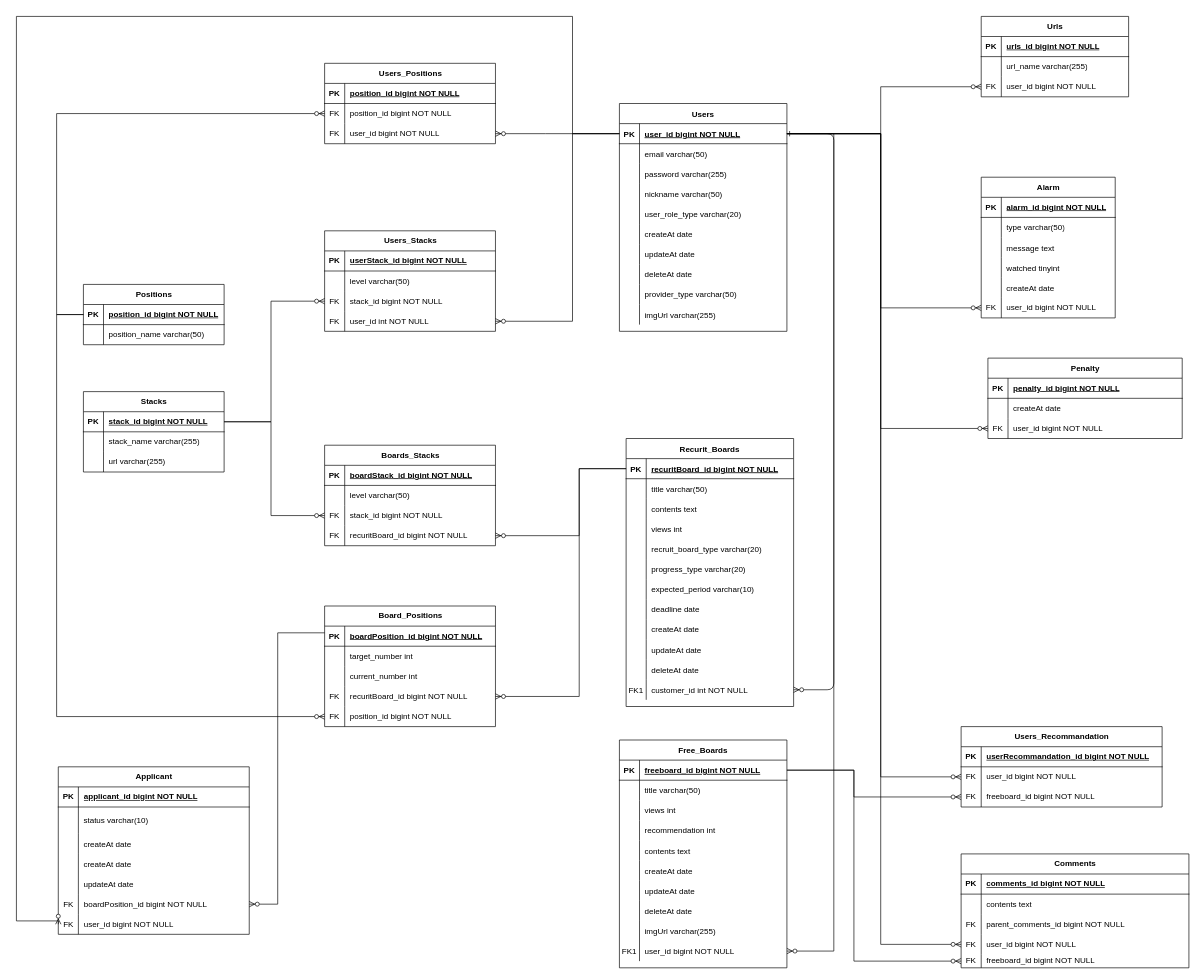
Earlier version of the draw.io diagram server/ERD.drawio (Side-Effect-Team/side-effect-backend). Source tidied: cells renumbered, new cells numbered last; positions are measured from the earlier drawing's top-left corner, leaving out a move shared by most shapes. Both pictures are drawn from the tidied source at 67%, with x=0, y=0 at pixel (3, 16).
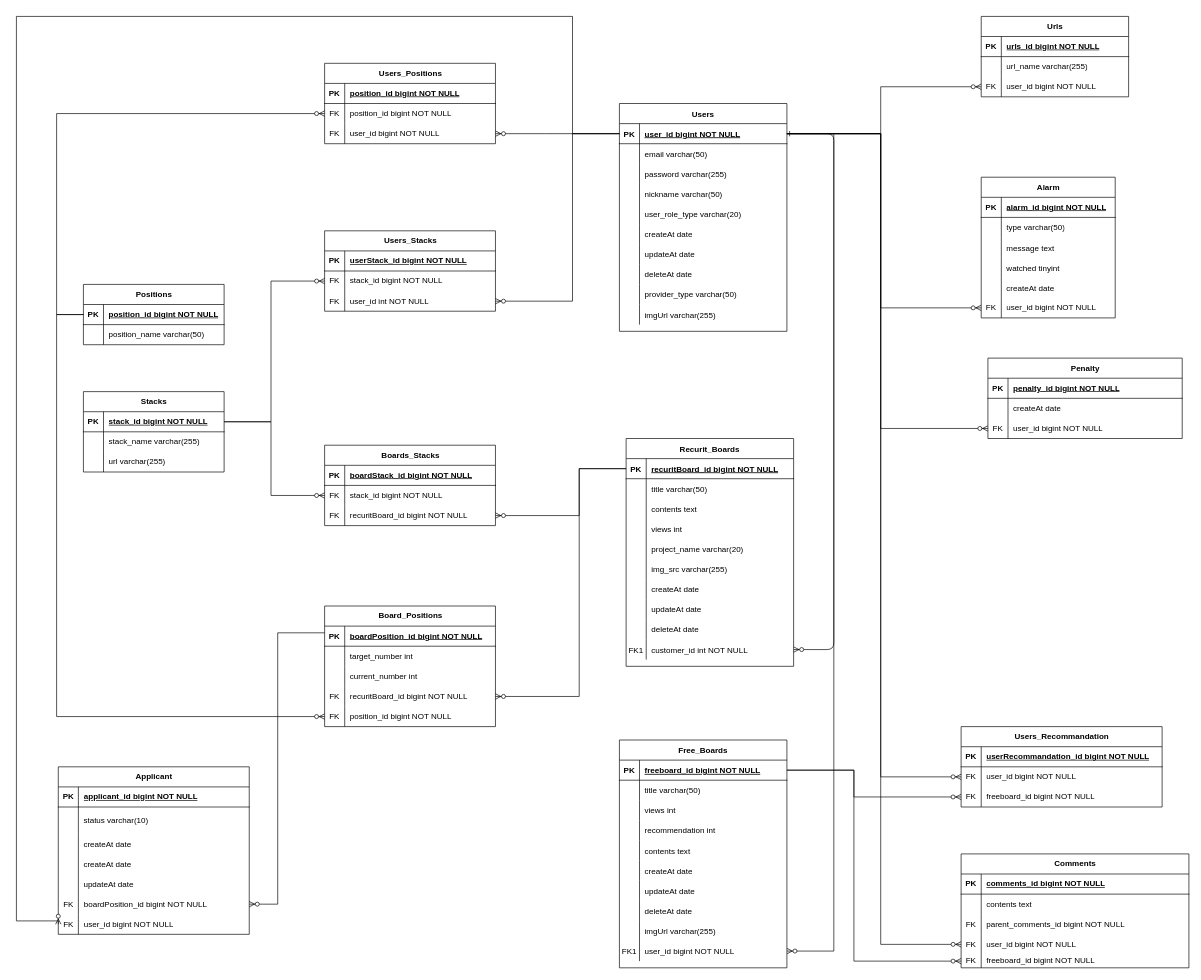
The same page after the edit.

What changed in the source:
```diff
@@
     <mxCell id="3" value="Recurit_Boards" style="shape=table;startSize=30;childLayout=tableLayout;rowLines=0;fontStyle=1;align=center;" parent="1" vertex="1">
-      <mxGeometry x="930" y="630" width="250" height="400" as="geometry" />
+      <mxGeometry x="930" y="630" width="250" height="340" as="geometry" />
     </mxCell>
@@
-    <mxCell id="16" style="shape=tableRow;horizontal=0;startSize=0;swimlaneHead=0;swimlaneBody=0;fillColor=none;top=0;left=0;right=0;bottom=0;" parent="3" vertex="1">
-      <mxGeometry y="150" width="250" height="30" as="geometry" />
-    </mxCell>
-    <mxCell id="17" style="shape=partialRectangle;fillColor=none;top=0;left=0;bottom=0;right=0;overflow=hidden;" parent="16" vertex="1">
-      <mxGeometry width="30" height="30" as="geometry" />
-    </mxCell>
-    <mxCell id="18" value="recruit_board_type varchar(20)" style="shape=partialRectangle;fillColor=none;top=0;left=0;bottom=0;right=0;align=left;spacingLeft=6;overflow=hidden;" parent="16" vertex="1">
-      <mxGeometry x="30" width="220" height="30" as="geometry" />
-    </mxCell>
-    <mxCell id="19" style="shape=tableRow;horizontal=0;startSize=0;swimlaneHead=0;swimlaneBody=0;fillColor=none;top=0;left=0;right=0;bottom=0;" parent="3" vertex="1">
-      <mxGeometry y="180" width="250" height="30" as="geometry" />
-    </mxCell>
-    <mxCell id="20" style="shape=partialRectangle;fillColor=none;top=0;left=0;bottom=0;right=0;overflow=hidden;" parent="19" vertex="1">
-      <mxGeometry width="30" height="30" as="geometry" />
-    </mxCell>
-    <mxCell id="21" value="progress_type varchar(20)" style="shape=partialRectangle;fillColor=none;top=0;left=0;bottom=0;right=0;align=left;spacingLeft=6;overflow=hidden;" parent="19" vertex="1">
-      <mxGeometry x="30" width="220" height="30" as="geometry" />
-    </mxCell>
     <mxCell id="22" style="shape=tableRow;horizontal=0;startSize=0;swimlaneHead=0;swimlaneBody=0;fillColor=none;top=0;left=0;right=0;bottom=0;" parent="3" vertex="1">
-      <mxGeometry y="210" width="250" height="30" as="geometry" />
+      <mxGeometry y="150" width="250" height="30" as="geometry" />
     </mxCell>
@@
-    <mxCell id="24" value="expected_period varchar(10)" style="shape=partialRectangle;fillColor=none;top=0;left=0;bottom=0;right=0;align=left;spacingLeft=6;overflow=hidden;" parent="22" vertex="1">
+    <mxCell id="24" value="project_name varchar(20)" style="shape=partialRectangle;fillColor=none;top=0;left=0;bottom=0;right=0;align=left;spacingLeft=6;overflow=hidden;" parent="22" vertex="1">
       <mxGeometry x="30" width="220" height="30" as="geometry" />
     </mxCell>
     <mxCell id="25" style="shape=tableRow;horizontal=0;startSize=0;swimlaneHead=0;swimlaneBody=0;fillColor=none;top=0;left=0;right=0;bottom=0;" parent="3" vertex="1">
-      <mxGeometry y="240" width="250" height="30" as="geometry" />
+      <mxGeometry y="180" width="250" height="30" as="geometry" />
     </mxCell>
@@
-    <mxCell id="27" value="deadline date" style="shape=partialRectangle;fillColor=none;top=0;left=0;bottom=0;right=0;align=left;spacingLeft=6;overflow=hidden;" parent="25" vertex="1">
+    <mxCell id="27" value="img_src varchar(255)" style="shape=partialRectangle;fillColor=none;top=0;left=0;bottom=0;right=0;align=left;spacingLeft=6;overflow=hidden;" parent="25" vertex="1">
       <mxGeometry x="30" width="220" height="30" as="geometry" />
     </mxCell>
     <mxCell id="28" style="shape=partialRectangle;fillColor=none;top=0;left=0;right=0;bottom=0;" parent="3" vertex="1">
-      <mxGeometry y="270" width="250" height="30" as="geometry" />
+      <mxGeometry y="210" width="250" height="30" as="geometry" />
     </mxCell>
@@
     <mxCell id="31" style="shape=tableRow;horizontal=0;startSize=0;swimlaneHead=0;swimlaneBody=0;fillColor=none;top=0;left=0;right=0;bottom=0;" parent="3" vertex="1">
-      <mxGeometry y="300" width="250" height="30" as="geometry" />
+      <mxGeometry y="240" width="250" height="30" as="geometry" />
     </mxCell>
@@
     <mxCell id="34" style="shape=tableRow;horizontal=0;startSize=0;swimlaneHead=0;swimlaneBody=0;fillColor=none;top=0;left=0;right=0;bottom=0;" parent="3" vertex="1">
-      <mxGeometry y="330" width="250" height="30" as="geometry" />
+      <mxGeometry y="270" width="250" height="30" as="geometry" />
     </mxCell>
@@
     <mxCell id="37" style="shape=partialRectangle;fillColor=none;points=[[0,0.5],[1,0.5]];portConstraint=eastwest;top=0;left=0;right=0;bottom=0;" parent="3" vertex="1">
-      <mxGeometry y="360" width="250" height="30" as="geometry" />
+      <mxGeometry y="300" width="250" height="30" as="geometry" />
     </mxCell>
@@
     <mxCell id="71" value="Users_Stacks" style="shape=table;startSize=30;childLayout=tableLayout;rowLines=0;fontStyle=1;align=center;html=1;" parent="1" vertex="1">
-      <mxGeometry x="480" y="320" width="255" height="150" as="geometry" />
+      <mxGeometry x="480" y="320" width="255" height="120" as="geometry" />
     </mxCell>
@@
-    <mxCell id="75" style="shape=tableRow;horizontal=0;startSize=0;swimlaneHead=0;swimlaneBody=0;fillColor=none;top=0;left=0;right=0;bottom=0;" parent="71" vertex="1">
-      <mxGeometry y="60" width="255" height="30" as="geometry" />
-    </mxCell>
-    <mxCell id="76" style="shape=partialRectangle;fillColor=none;top=0;left=0;bottom=0;right=0;overflow=hidden;" parent="75" vertex="1">
-      <mxGeometry width="30" height="30" as="geometry" />
-    </mxCell>
-    <mxCell id="77" value="level varchar(50)" style="shape=partialRectangle;fillColor=none;top=0;left=0;bottom=0;right=0;align=left;spacingLeft=6;overflow=hidden;" parent="75" vertex="1">
-      <mxGeometry x="30" width="225" height="30" as="geometry" />
-    </mxCell>
     <mxCell id="78" style="shape=tableRow;horizontal=0;startSize=0;swimlaneHead=0;swimlaneBody=0;fillColor=none;points=[[0,0.5],[1,0.5]];portConstraint=eastwest;top=0;left=0;right=0;bottom=0;" parent="71" vertex="1">
-      <mxGeometry y="90" width="255" height="30" as="geometry" />
+      <mxGeometry y="60" width="255" height="30" as="geometry" />
     </mxCell>
@@
     <mxCell id="81" style="shape=tableRow;horizontal=0;startSize=0;swimlaneHead=0;swimlaneBody=0;fillColor=none;points=[[0,0.5],[1,0.5]];portConstraint=eastwest;top=0;left=0;right=0;bottom=0;" parent="71" vertex="1">
-      <mxGeometry y="120" width="255" height="30" as="geometry" />
+      <mxGeometry y="90" width="255" height="30" as="geometry" />
     </mxCell>
@@
     <mxCell id="96" value="Boards_Stacks" style="shape=table;startSize=30;childLayout=tableLayout;rowLines=0;fontStyle=1;align=center;html=1;" parent="1" vertex="1">
-      <mxGeometry x="480" y="640" width="255" height="150" as="geometry" />
+      <mxGeometry x="480" y="640" width="255" height="120" as="geometry" />
     </mxCell>
@@
-    <mxCell id="100" style="shape=tableRow;horizontal=0;startSize=0;swimlaneHead=0;swimlaneBody=0;fillColor=none;top=0;left=0;right=0;bottom=0;" parent="96" vertex="1">
-      <mxGeometry y="60" width="255" height="30" as="geometry" />
-    </mxCell>
-    <mxCell id="101" style="shape=partialRectangle;fillColor=none;top=0;left=0;bottom=0;right=0;overflow=hidden;" parent="100" vertex="1">
-      <mxGeometry width="30" height="30" as="geometry" />
-    </mxCell>
-    <mxCell id="102" value="level varchar(50)" style="shape=partialRectangle;fillColor=none;top=0;left=0;bottom=0;right=0;align=left;spacingLeft=6;overflow=hidden;" parent="100" vertex="1">
-      <mxGeometry x="30" width="225" height="30" as="geometry" />
-    </mxCell>
     <mxCell id="103" style="shape=tableRow;horizontal=0;startSize=0;swimlaneHead=0;swimlaneBody=0;fillColor=none;points=[[0,0.5],[1,0.5]];portConstraint=eastwest;top=0;left=0;right=0;bottom=0;" parent="96" vertex="1">
-      <mxGeometry y="90" width="255" height="30" as="geometry" />
+      <mxGeometry y="60" width="255" height="30" as="geometry" />
     </mxCell>
@@
     <mxCell id="106" style="shape=tableRow;horizontal=0;startSize=0;swimlaneHead=0;swimlaneBody=0;fillColor=none;points=[[0,0.5],[1,0.5]];portConstraint=eastwest;top=0;left=0;right=0;bottom=0;" parent="96" vertex="1">
-      <mxGeometry y="120" width="255" height="30" as="geometry" />
+      <mxGeometry y="90" width="255" height="30" as="geometry" />
     </mxCell>
```
